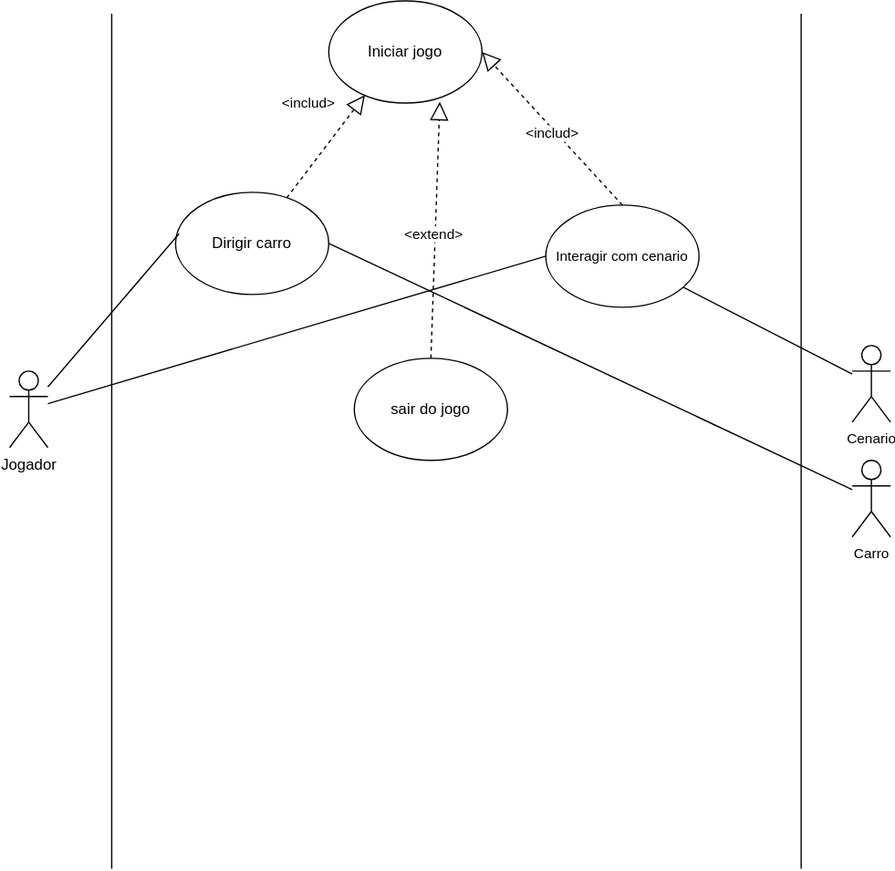
Before: diagramas/Diagrama caso de uso Unity.drawio.svg, a diagram exported from draw.io (lucasnoelgb/2jdprojetomusica). Source tidied: cells renumbered, new cells last; positions are measured from the earlier drawing's top-left corner, leaving out a move shared by most shapes.
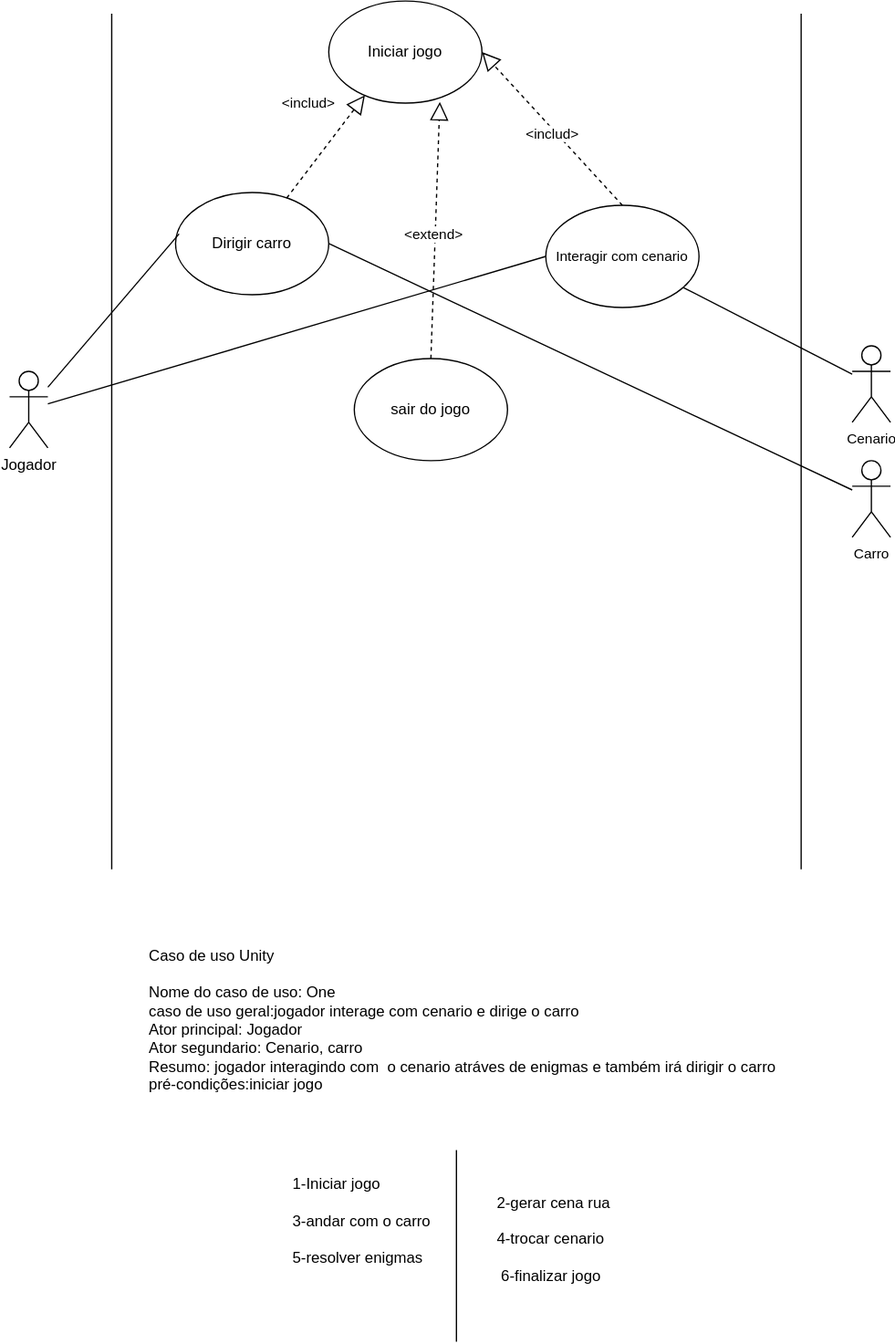
After the change.

The edit, as a diff of the source:
```diff
@@ -71,5 +71,17 @@
         <mxPoint y="1" as="offset" />
       </mxGeometry>
     </mxCell>
+    <mxCell id="21" value="&lt;div style=&quot;text-align: left;&quot;&gt;Caso de uso Unity&lt;/div&gt;&lt;div style=&quot;text-align: left;&quot;&gt;&lt;br&gt;&lt;/div&gt;&lt;div style=&quot;text-align: left;&quot;&gt;Nome do caso de uso: One&lt;/div&gt;&lt;div style=&quot;text-align: left;&quot;&gt;caso de uso geral:jogador interage com cenario e dirige o carro&lt;/div&gt;&lt;div style=&quot;text-align: left;&quot;&gt;Ator principal: Jogador&lt;/div&gt;&lt;div style=&quot;text-align: left;&quot;&gt;Ator segundario: Cenario, carro&lt;/div&gt;&lt;div style=&quot;text-align: left;&quot;&gt;Resumo: jogador interagindo com&amp;nbsp; o cenario atráves de enigmas e também irá dirigir o carro&lt;/div&gt;&lt;div style=&quot;text-align: left;&quot;&gt;pré-condições:iniciar jogo&lt;/div&gt;&lt;div style=&quot;text-align: left;&quot;&gt;&lt;br&gt;&lt;/div&gt;&lt;div style=&quot;text-align: left;&quot;&gt;&lt;br&gt;&lt;/div&gt;&lt;div&gt;&lt;br&gt;&lt;/div&gt;" style="text;html=1;strokeColor=none;fillColor=none;align=center;verticalAlign=middle;whiteSpace=wrap;rounded=0;" parent="1" vertex="1">
+      <mxGeometry x="90" y="740" width="530" height="160" as="geometry" />
+    </mxCell>
+    <mxCell id="22" value="&lt;div style=&quot;border-color: var(--border-color);&quot;&gt;1-Iniciar jogo&lt;/div&gt;&lt;div style=&quot;border-color: var(--border-color);&quot;&gt;&lt;span style=&quot;white-space: pre;&quot;&gt;&#9;&lt;/span&gt;&lt;span style=&quot;white-space: pre;&quot;&gt;&#9;&lt;/span&gt;&lt;span style=&quot;white-space: pre;&quot;&gt;&#9;&lt;/span&gt;&lt;span style=&quot;white-space: pre;&quot;&gt;&#9;&lt;span style=&quot;white-space: pre;&quot;&gt;&#9;&lt;span style=&quot;white-space: pre;&quot;&gt;&#9;&lt;/span&gt;&lt;/span&gt;&lt;/span&gt;2-gerar cena rua&lt;/div&gt;&lt;div style=&quot;border-color: var(--border-color);&quot;&gt;3-andar com o carro&lt;/div&gt;&lt;div style=&quot;border-color: var(--border-color);&quot;&gt;&lt;span style=&quot;border-color: var(--border-color);&quot;&gt;&lt;span style=&quot;border-color: var(--border-color);&quot;&gt;&lt;span style=&quot;border-color: var(--border-color);&quot;&gt;&amp;nbsp;&amp;nbsp;&amp;nbsp;&amp;nbsp;&lt;/span&gt;&lt;span style=&quot;border-color: var(--border-color);&quot;&gt;&amp;nbsp;&amp;nbsp;&amp;nbsp;&amp;nbsp;&lt;/span&gt;&lt;span style=&quot;border-color: var(--border-color);&quot;&gt;&amp;nbsp;&amp;nbsp;&amp;nbsp;&lt;span style=&quot;white-space: pre;&quot;&gt;&#9;&lt;/span&gt;&lt;span style=&quot;white-space: pre;&quot;&gt;&#9;&lt;/span&gt;&lt;span style=&quot;white-space: pre;&quot;&gt;&#9;&lt;/span&gt;&amp;nbsp;&lt;span style=&quot;white-space: pre;&quot;&gt;&#9;&lt;span style=&quot;white-space: pre;&quot;&gt;&#9;&lt;/span&gt;&lt;/span&gt;&lt;/span&gt;&lt;/span&gt;4-trocar cenario&lt;/span&gt;&lt;/div&gt;&lt;div style=&quot;border-color: var(--border-color);&quot;&gt;5-resolver enigmas&lt;/div&gt;&lt;div style=&quot;border-color: var(--border-color);&quot;&gt;&lt;span style=&quot;border-color: var(--border-color);&quot;&gt;&lt;span style=&quot;border-color: var(--border-color);&quot;&gt;&lt;span style=&quot;border-color: var(--border-color);&quot;&gt;&amp;nbsp;&amp;nbsp;&amp;nbsp;&amp;nbsp;&lt;/span&gt;&lt;span style=&quot;border-color: var(--border-color);&quot;&gt;&amp;nbsp;&amp;nbsp;&amp;nbsp;&amp;nbsp;&lt;/span&gt;&lt;span style=&quot;border-color: var(--border-color);&quot;&gt;&amp;nbsp;&amp;nbsp;&amp;nbsp;&lt;span style=&quot;white-space: pre;&quot;&gt;&#9;&lt;/span&gt;&lt;span style=&quot;white-space: pre;&quot;&gt;&#9;&lt;/span&gt;&lt;span style=&quot;white-space: pre;&quot;&gt;&#9;&lt;/span&gt;&lt;span style=&quot;white-space: pre;&quot;&gt;&#9;&lt;span style=&quot;white-space: pre;&quot;&gt;&#9;&lt;/span&gt;&lt;/span&gt;&amp;nbsp;&lt;/span&gt;&lt;/span&gt;6-finalizar jogo&lt;/span&gt;&lt;/div&gt;&lt;div style=&quot;border-color: var(--border-color);&quot;&gt;&lt;br style=&quot;border-color: var(--border-color);&quot;&gt;&lt;/div&gt;" style="text;html=1;strokeColor=none;fillColor=none;align=left;verticalAlign=middle;whiteSpace=wrap;rounded=0;" parent="1" vertex="1">
+      <mxGeometry x="220" y="920" width="260" height="100" as="geometry" />
+    </mxCell>
+    <mxCell id="23" style="endArrow=none;html=1;rounded=0;" parent="1" edge="1">
+      <mxGeometry relative="1" as="geometry">
+        <mxPoint x="350" y="1050" as="sourcePoint" />
+        <mxPoint x="350" y="900" as="targetPoint" />
+      </mxGeometry>
+    </mxCell>
   </root>
 </mxGraphModel>
```
